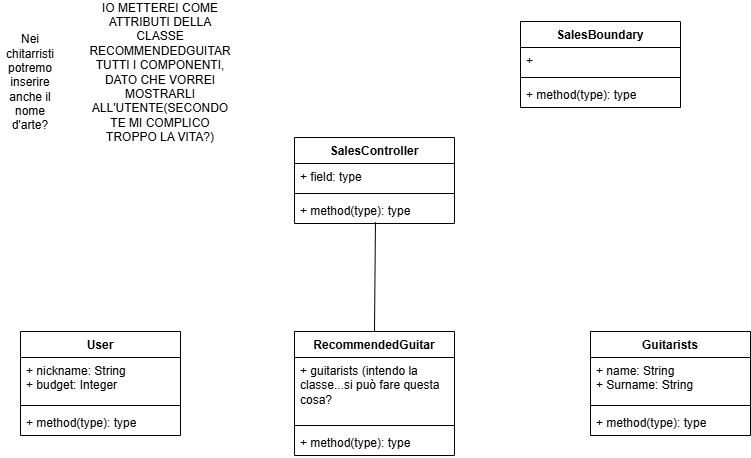
Above: diagrams/BCEM.drawio.png in TizianoLilli/ISPW-Project (draw.io), before the change. Source tidied: cells renumbered, new cells last; positions are measured from the earlier drawing's top-left corner, leaving out a move shared by most shapes. Source of this version:
```xml
<mxGraphModel>
  <root>
    <mxCell id="0" />
    <mxCell id="1" parent="0" />
    <mxCell id="2" value="Guitarists" style="swimlane;fontStyle=1;align=center;verticalAlign=top;horizontal=1;startSize=26;whiteSpace=wrap;html=1;" parent="1" vertex="1">
      <mxGeometry x="590" y="310" width="160" height="104" as="geometry" />
    </mxCell>
    <mxCell id="3" value="+ name: String&lt;div&gt;+ Surname: String&lt;/div&gt;" style="text;strokeColor=none;fillColor=none;align=left;verticalAlign=top;spacingLeft=4;spacingRight=4;overflow=hidden;points=[[0,0.5],[1,0.5]];portConstraint=eastwest;whiteSpace=wrap;html=1;" parent="2" vertex="1">
      <mxGeometry y="26" width="160" height="44" as="geometry" />
    </mxCell>
    <mxCell id="4" style="line;strokeWidth=1;fillColor=none;align=left;verticalAlign=middle;spacingTop=-1;spacingLeft=3;spacingRight=3;labelPosition=right;strokeColor=inherit;" parent="2" vertex="1">
      <mxGeometry y="70" width="160" height="8" as="geometry" />
    </mxCell>
    <mxCell id="5" value="+ method(type): type" style="text;strokeColor=none;fillColor=none;align=left;verticalAlign=top;spacingLeft=4;spacingRight=4;overflow=hidden;whiteSpace=wrap;html=1;" parent="2" vertex="1">
      <mxGeometry y="78" width="160" height="26" as="geometry" />
    </mxCell>
    <mxCell id="6" value="RecommendedGuitar" style="swimlane;fontStyle=1;align=center;verticalAlign=top;horizontal=1;startSize=26;whiteSpace=wrap;html=1;" parent="1" vertex="1">
      <mxGeometry x="294" y="310" width="160" height="124" as="geometry" />
    </mxCell>
    <mxCell id="7" value="+ guitarists (intendo la classe...si può fare questa cosa?" style="text;strokeColor=none;fillColor=none;align=left;verticalAlign=top;spacingLeft=4;spacingRight=4;overflow=hidden;points=[[0,0.5],[1,0.5]];portConstraint=eastwest;whiteSpace=wrap;html=1;" parent="6" vertex="1">
      <mxGeometry y="26" width="160" height="64" as="geometry" />
    </mxCell>
    <mxCell id="8" style="line;strokeWidth=1;fillColor=none;align=left;verticalAlign=middle;spacingTop=-1;spacingLeft=3;spacingRight=3;labelPosition=right;strokeColor=inherit;" parent="6" vertex="1">
      <mxGeometry y="90" width="160" height="8" as="geometry" />
    </mxCell>
    <mxCell id="9" value="+ method(type): type" style="text;strokeColor=none;fillColor=none;align=left;verticalAlign=top;spacingLeft=4;spacingRight=4;overflow=hidden;whiteSpace=wrap;html=1;" parent="6" vertex="1">
      <mxGeometry y="98" width="160" height="26" as="geometry" />
    </mxCell>
    <mxCell id="10" value="User" style="swimlane;fontStyle=1;align=center;verticalAlign=top;horizontal=1;startSize=26;whiteSpace=wrap;html=1;" parent="1" vertex="1">
      <mxGeometry x="20" y="310" width="160" height="104" as="geometry" />
    </mxCell>
    <mxCell id="11" value="+ nickname: String&lt;div&gt;+ budget: Integer&lt;/div&gt;" style="text;strokeColor=none;fillColor=none;align=left;verticalAlign=top;spacingLeft=4;spacingRight=4;overflow=hidden;whiteSpace=wrap;html=1;" parent="10" vertex="1">
      <mxGeometry y="26" width="160" height="44" as="geometry" />
    </mxCell>
    <mxCell id="12" style="line;strokeWidth=1;fillColor=none;align=left;verticalAlign=middle;spacingTop=-1;spacingLeft=3;spacingRight=3;labelPosition=right;strokeColor=inherit;" parent="10" vertex="1">
      <mxGeometry y="70" width="160" height="8" as="geometry" />
    </mxCell>
    <mxCell id="13" value="+ method(type): type" style="text;strokeColor=none;fillColor=none;align=left;verticalAlign=top;spacingLeft=4;spacingRight=4;overflow=hidden;whiteSpace=wrap;html=1;" parent="10" vertex="1">
      <mxGeometry y="78" width="160" height="26" as="geometry" />
    </mxCell>
    <mxCell id="14" value="SalesController" style="swimlane;fontStyle=1;align=center;verticalAlign=top;horizontal=1;startSize=26;whiteSpace=wrap;html=1;" parent="1" vertex="1">
      <mxGeometry x="294" y="116" width="160" height="86" as="geometry" />
    </mxCell>
    <mxCell id="15" value="+ field: type" style="text;strokeColor=none;fillColor=none;align=left;verticalAlign=top;spacingLeft=4;spacingRight=4;overflow=hidden;whiteSpace=wrap;html=1;" parent="14" vertex="1">
      <mxGeometry y="26" width="160" height="26" as="geometry" />
    </mxCell>
    <mxCell id="16" style="line;strokeWidth=1;fillColor=none;align=left;verticalAlign=middle;spacingTop=-1;spacingLeft=3;spacingRight=3;labelPosition=right;strokeColor=inherit;" parent="14" vertex="1">
      <mxGeometry y="52" width="160" height="8" as="geometry" />
    </mxCell>
    <mxCell id="17" value="+ method(type): type" style="text;strokeColor=none;fillColor=none;align=left;verticalAlign=top;spacingLeft=4;spacingRight=4;overflow=hidden;points=[[0,0.5],[1,0.5]];portConstraint=eastwest;whiteSpace=wrap;html=1;" parent="14" vertex="1">
      <mxGeometry y="60" width="160" height="26" as="geometry" />
    </mxCell>
    <mxCell id="18" value="SalesBoundary" style="swimlane;fontStyle=1;align=center;verticalAlign=top;horizontal=1;startSize=26;whiteSpace=wrap;html=1;" parent="1" vertex="1">
      <mxGeometry x="520" width="160" height="86" as="geometry" />
    </mxCell>
    <mxCell id="19" value="+&amp;nbsp;" style="text;strokeColor=none;fillColor=none;align=left;verticalAlign=top;spacingLeft=4;spacingRight=4;overflow=hidden;whiteSpace=wrap;html=1;" parent="18" vertex="1">
      <mxGeometry y="26" width="160" height="26" as="geometry" />
    </mxCell>
    <mxCell id="20" style="line;strokeWidth=1;fillColor=none;align=left;verticalAlign=middle;spacingTop=-1;spacingLeft=3;spacingRight=3;labelPosition=right;strokeColor=inherit;" parent="18" vertex="1">
      <mxGeometry y="52" width="160" height="8" as="geometry" />
    </mxCell>
    <mxCell id="21" value="+ method(type): type" style="text;strokeColor=none;fillColor=none;align=left;verticalAlign=top;spacingLeft=4;spacingRight=4;overflow=hidden;points=[[0,0.5],[1,0.5]];portConstraint=eastwest;whiteSpace=wrap;html=1;" parent="18" vertex="1">
      <mxGeometry y="60" width="160" height="26" as="geometry" />
    </mxCell>
    <mxCell id="22" value="Nei chitarristi potremo inserire anche il nome d'arte?" style="text;html=1;align=center;verticalAlign=middle;whiteSpace=wrap;rounded=0;" parent="1" vertex="1">
      <mxGeometry y="46" width="60" height="30" as="geometry" />
    </mxCell>
    <mxCell id="23" value="IO METTEREI COME ATTRIBUTI DELLA CLASSE RECOMMENDEDGUITAR TUTTI I COMPONENTI, DATO CHE VORREI MOSTRARLI ALL'UTENTE(SECONDO TE MI COMPLICO TROPPO LA VITA?)" style="text;html=1;align=center;verticalAlign=middle;whiteSpace=wrap;rounded=0;" parent="1" vertex="1">
      <mxGeometry x="130" y="36" width="60" height="30" as="geometry" />
    </mxCell>
    <mxCell id="24" style="endArrow=none;html=1;rounded=0;exitX=0.5;exitY=0;exitDx=0;exitDy=0;entryX=0.506;entryY=0.949;entryDx=0;entryDy=0;entryPerimeter=0;" parent="1" edge="1" source="6" target="17">
      <mxGeometry relative="1" as="geometry" />
    </mxCell>
  </root>
</mxGraphModel>
```
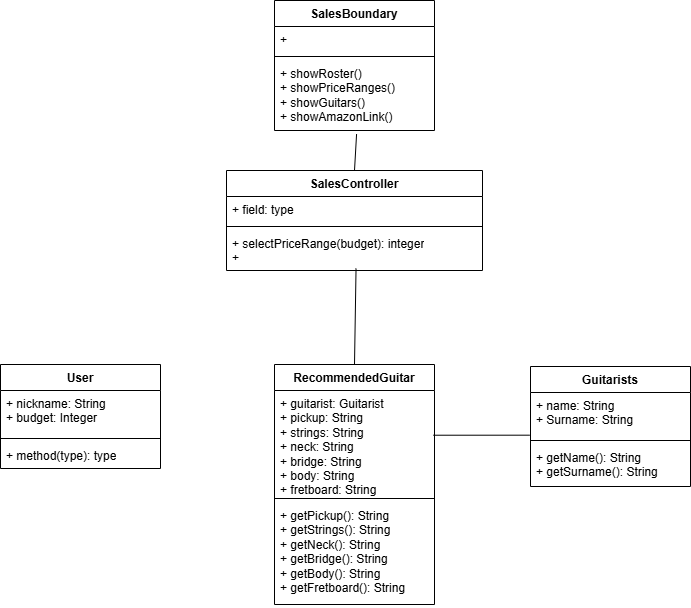
Later version of the same file.

What changed in the source:
```diff
@@ -3,7 +3,7 @@
     <mxCell id="0" />
     <mxCell id="1" parent="0" />
     <mxCell id="2" value="Guitarists" style="swimlane;fontStyle=1;align=center;verticalAlign=top;horizontal=1;startSize=26;whiteSpace=wrap;html=1;" parent="1" vertex="1">
-      <mxGeometry x="590" y="310" width="160" height="104" as="geometry" />
+      <mxGeometry x="550" y="312" width="160" height="120" as="geometry" />
     </mxCell>
     <mxCell id="3" value="+ name: String&lt;div&gt;+ Surname: String&lt;/div&gt;" style="text;strokeColor=none;fillColor=none;align=left;verticalAlign=top;spacingLeft=4;spacingRight=4;overflow=hidden;points=[[0,0.5],[1,0.5]];portConstraint=eastwest;whiteSpace=wrap;html=1;" parent="2" vertex="1">
       <mxGeometry y="26" width="160" height="44" as="geometry" />
@@ -11,20 +11,20 @@
     <mxCell id="4" style="line;strokeWidth=1;fillColor=none;align=left;verticalAlign=middle;spacingTop=-1;spacingLeft=3;spacingRight=3;labelPosition=right;strokeColor=inherit;" parent="2" vertex="1">
       <mxGeometry y="70" width="160" height="8" as="geometry" />
     </mxCell>
-    <mxCell id="5" value="+ method(type): type" style="text;strokeColor=none;fillColor=none;align=left;verticalAlign=top;spacingLeft=4;spacingRight=4;overflow=hidden;whiteSpace=wrap;html=1;" parent="2" vertex="1">
-      <mxGeometry y="78" width="160" height="26" as="geometry" />
+    <mxCell id="5" value="+ getName(): String&lt;div&gt;+ getSurname(): String&lt;/div&gt;" style="text;strokeColor=none;fillColor=none;align=left;verticalAlign=top;spacingLeft=4;spacingRight=4;overflow=hidden;whiteSpace=wrap;html=1;" parent="2" vertex="1">
+      <mxGeometry y="78" width="160" height="42" as="geometry" />
     </mxCell>
     <mxCell id="6" value="RecommendedGuitar" style="swimlane;fontStyle=1;align=center;verticalAlign=top;horizontal=1;startSize=26;whiteSpace=wrap;html=1;" parent="1" vertex="1">
-      <mxGeometry x="294" y="310" width="160" height="124" as="geometry" />
+      <mxGeometry x="294" y="310" width="160" height="240" as="geometry" />
     </mxCell>
-    <mxCell id="7" value="+ guitarists (intendo la classe...si può fare questa cosa?" style="text;strokeColor=none;fillColor=none;align=left;verticalAlign=top;spacingLeft=4;spacingRight=4;overflow=hidden;points=[[0,0.5],[1,0.5]];portConstraint=eastwest;whiteSpace=wrap;html=1;" parent="6" vertex="1">
-      <mxGeometry y="26" width="160" height="64" as="geometry" />
+    <mxCell id="7" value="+ guitarist: Guitarist&lt;div&gt;+ pickup: String&lt;/div&gt;&lt;div&gt;+ strings: String&lt;/div&gt;&lt;div&gt;+ neck: String&lt;/div&gt;&lt;div&gt;+ bridge: String&lt;/div&gt;&lt;div&gt;+ body: String&lt;/div&gt;&lt;div&gt;+ fretboard: String&lt;/div&gt;" style="text;strokeColor=none;fillColor=none;align=left;verticalAlign=top;spacingLeft=4;spacingRight=4;overflow=hidden;points=[[0,0.5],[1,0.5]];portConstraint=eastwest;whiteSpace=wrap;html=1;" parent="6" vertex="1">
+      <mxGeometry y="26" width="160" height="104" as="geometry" />
     </mxCell>
     <mxCell id="8" style="line;strokeWidth=1;fillColor=none;align=left;verticalAlign=middle;spacingTop=-1;spacingLeft=3;spacingRight=3;labelPosition=right;strokeColor=inherit;" parent="6" vertex="1">
-      <mxGeometry y="90" width="160" height="8" as="geometry" />
+      <mxGeometry y="130" width="160" height="8" as="geometry" />
     </mxCell>
-    <mxCell id="9" value="+ method(type): type" style="text;strokeColor=none;fillColor=none;align=left;verticalAlign=top;spacingLeft=4;spacingRight=4;overflow=hidden;whiteSpace=wrap;html=1;" parent="6" vertex="1">
-      <mxGeometry y="98" width="160" height="26" as="geometry" />
+    <mxCell id="9" value="+ getPickup(): String&lt;div&gt;+ getStrings()&lt;span style=&quot;background-color: initial;&quot;&gt;: String&lt;/span&gt;&lt;/div&gt;&lt;div&gt;+ getNeck()&lt;span style=&quot;background-color: initial;&quot;&gt;: String&lt;/span&gt;&lt;/div&gt;&lt;div&gt;+ getBridge()&lt;span style=&quot;background-color: initial;&quot;&gt;: String&lt;/span&gt;&lt;/div&gt;&lt;div&gt;+ getBody()&lt;span style=&quot;background-color: initial;&quot;&gt;: String&lt;/span&gt;&lt;/div&gt;&lt;div&gt;+ getFretboard(): String&lt;/div&gt;" style="text;strokeColor=none;fillColor=none;align=left;verticalAlign=top;spacingLeft=4;spacingRight=4;overflow=hidden;whiteSpace=wrap;html=1;" parent="6" vertex="1">
+      <mxGeometry y="138" width="160" height="102" as="geometry" />
     </mxCell>
     <mxCell id="10" value="User" style="swimlane;fontStyle=1;align=center;verticalAlign=top;horizontal=1;startSize=26;whiteSpace=wrap;html=1;" parent="1" vertex="1">
       <mxGeometry x="20" y="310" width="160" height="104" as="geometry" />
@@ -39,19 +39,19 @@
       <mxGeometry y="78" width="160" height="26" as="geometry" />
     </mxCell>
     <mxCell id="14" value="SalesController" style="swimlane;fontStyle=1;align=center;verticalAlign=top;horizontal=1;startSize=26;whiteSpace=wrap;html=1;" parent="1" vertex="1">
-      <mxGeometry x="294" y="116" width="160" height="86" as="geometry" />
+      <mxGeometry x="246" y="116" width="256" height="100" as="geometry" />
     </mxCell>
     <mxCell id="15" value="+ field: type" style="text;strokeColor=none;fillColor=none;align=left;verticalAlign=top;spacingLeft=4;spacingRight=4;overflow=hidden;whiteSpace=wrap;html=1;" parent="14" vertex="1">
-      <mxGeometry y="26" width="160" height="26" as="geometry" />
+      <mxGeometry y="26" width="256" height="26" as="geometry" />
     </mxCell>
     <mxCell id="16" style="line;strokeWidth=1;fillColor=none;align=left;verticalAlign=middle;spacingTop=-1;spacingLeft=3;spacingRight=3;labelPosition=right;strokeColor=inherit;" parent="14" vertex="1">
-      <mxGeometry y="52" width="160" height="8" as="geometry" />
+      <mxGeometry y="52" width="256" height="8" as="geometry" />
     </mxCell>
-    <mxCell id="17" value="+ method(type): type" style="text;strokeColor=none;fillColor=none;align=left;verticalAlign=top;spacingLeft=4;spacingRight=4;overflow=hidden;points=[[0,0.5],[1,0.5]];portConstraint=eastwest;whiteSpace=wrap;html=1;" parent="14" vertex="1">
-      <mxGeometry y="60" width="160" height="26" as="geometry" />
+    <mxCell id="17" value="+ selectPriceRange(budget): integer&lt;div&gt;+&amp;nbsp;&lt;/div&gt;" style="text;strokeColor=none;fillColor=none;align=left;verticalAlign=top;spacingLeft=4;spacingRight=4;overflow=hidden;points=[[0,0.5],[1,0.5]];portConstraint=eastwest;whiteSpace=wrap;html=1;" parent="14" vertex="1">
+      <mxGeometry y="60" width="256" height="40" as="geometry" />
     </mxCell>
     <mxCell id="18" value="SalesBoundary" style="swimlane;fontStyle=1;align=center;verticalAlign=top;horizontal=1;startSize=26;whiteSpace=wrap;html=1;" parent="1" vertex="1">
-      <mxGeometry x="520" width="160" height="86" as="geometry" />
+      <mxGeometry x="294" y="-54" width="160" height="130" as="geometry" />
     </mxCell>
     <mxCell id="19" value="+&amp;nbsp;" style="text;strokeColor=none;fillColor=none;align=left;verticalAlign=top;spacingLeft=4;spacingRight=4;overflow=hidden;whiteSpace=wrap;html=1;" parent="18" vertex="1">
       <mxGeometry y="26" width="160" height="26" as="geometry" />
@@ -59,17 +59,17 @@
     <mxCell id="20" style="line;strokeWidth=1;fillColor=none;align=left;verticalAlign=middle;spacingTop=-1;spacingLeft=3;spacingRight=3;labelPosition=right;strokeColor=inherit;" parent="18" vertex="1">
       <mxGeometry y="52" width="160" height="8" as="geometry" />
     </mxCell>
-    <mxCell id="21" value="+ method(type): type" style="text;strokeColor=none;fillColor=none;align=left;verticalAlign=top;spacingLeft=4;spacingRight=4;overflow=hidden;points=[[0,0.5],[1,0.5]];portConstraint=eastwest;whiteSpace=wrap;html=1;" parent="18" vertex="1">
-      <mxGeometry y="60" width="160" height="26" as="geometry" />
+    <mxCell id="21" value="+ showRoster()&lt;div&gt;+ showPriceRanges()&lt;/div&gt;&lt;div&gt;+ showGuitars()&lt;/div&gt;&lt;div&gt;+ showAmazonLink()&lt;/div&gt;" style="text;strokeColor=none;fillColor=none;align=left;verticalAlign=top;spacingLeft=4;spacingRight=4;overflow=hidden;points=[[0,0.5],[1,0.5]];portConstraint=eastwest;whiteSpace=wrap;html=1;" parent="18" vertex="1">
+      <mxGeometry y="60" width="160" height="70" as="geometry" />
     </mxCell>
-    <mxCell id="22" value="Nei chitarristi potremo inserire anche il nome d'arte?" style="text;html=1;align=center;verticalAlign=middle;whiteSpace=wrap;rounded=0;" parent="1" vertex="1">
-      <mxGeometry y="46" width="60" height="30" as="geometry" />
-    </mxCell>
-    <mxCell id="23" value="IO METTEREI COME ATTRIBUTI DELLA CLASSE RECOMMENDEDGUITAR TUTTI I COMPONENTI, DATO CHE VORREI MOSTRARLI ALL'UTENTE(SECONDO TE MI COMPLICO TROPPO LA VITA?)" style="text;html=1;align=center;verticalAlign=middle;whiteSpace=wrap;rounded=0;" parent="1" vertex="1">
-      <mxGeometry x="130" y="36" width="60" height="30" as="geometry" />
-    </mxCell>
     <mxCell id="24" style="endArrow=none;html=1;rounded=0;exitX=0.5;exitY=0;exitDx=0;exitDy=0;entryX=0.506;entryY=0.949;entryDx=0;entryDy=0;entryPerimeter=0;" parent="1" edge="1" source="6" target="17">
       <mxGeometry relative="1" as="geometry" />
     </mxCell>
+    <mxCell id="25" style="endArrow=none;html=1;rounded=0;exitX=0.992;exitY=0.43;exitDx=0;exitDy=0;entryX=-0.004;entryY=0.97;entryDx=0;entryDy=0;entryPerimeter=0;exitPerimeter=0;" parent="1" edge="1" source="7" target="3">
+      <mxGeometry relative="1" as="geometry" />
+    </mxCell>
+    <mxCell id="26" style="endArrow=none;html=1;rounded=0;exitX=0.513;exitY=1.051;exitDx=0;exitDy=0;entryX=0.5;entryY=0;entryDx=0;entryDy=0;exitPerimeter=0;" parent="1" edge="1" source="21" target="14">
+      <mxGeometry relative="1" as="geometry" />
+    </mxCell>
   </root>
 </mxGraphModel>
```
